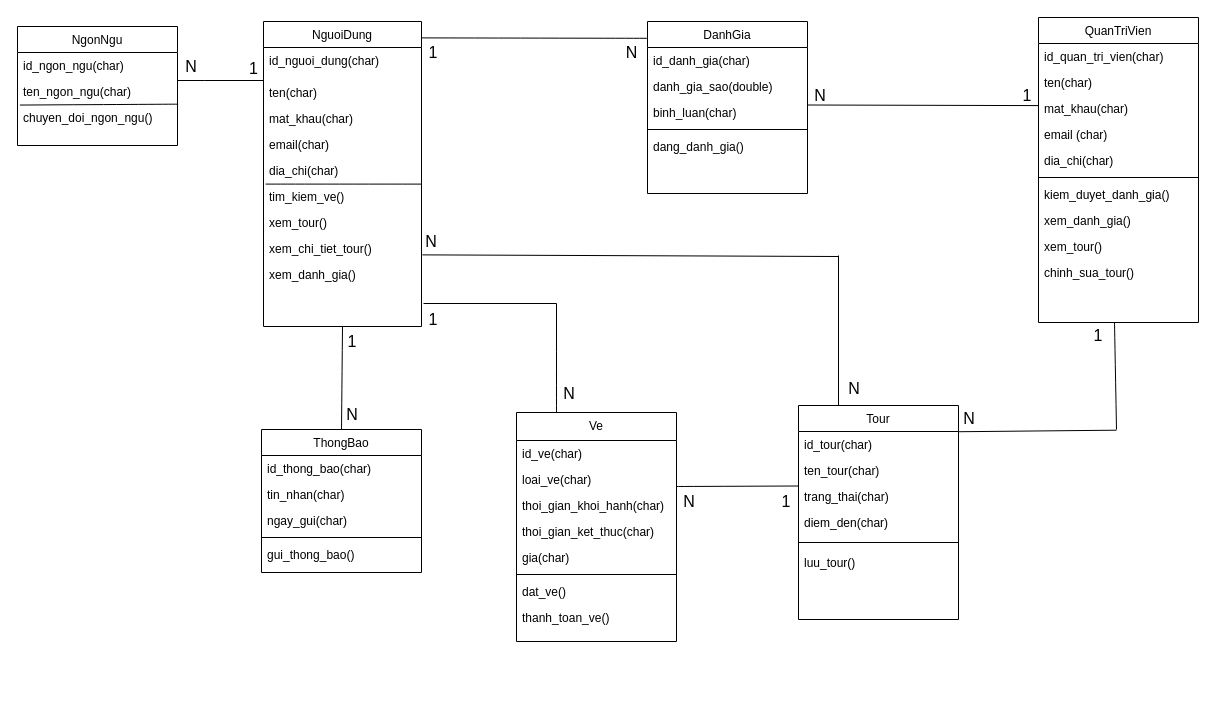
Earlier version of the draw.io diagram Biểu đồ không có tiêu đề.drawio (codecuatai/DuAnLuyenTap). Source tidied: cells renumbered, new cells numbered last; positions are measured from the earlier drawing's top-left corner, leaving out a move shared by most shapes. Both pictures are drawn from the tidied source at 100%, with x=0, y=0 at pixel (17, 17).
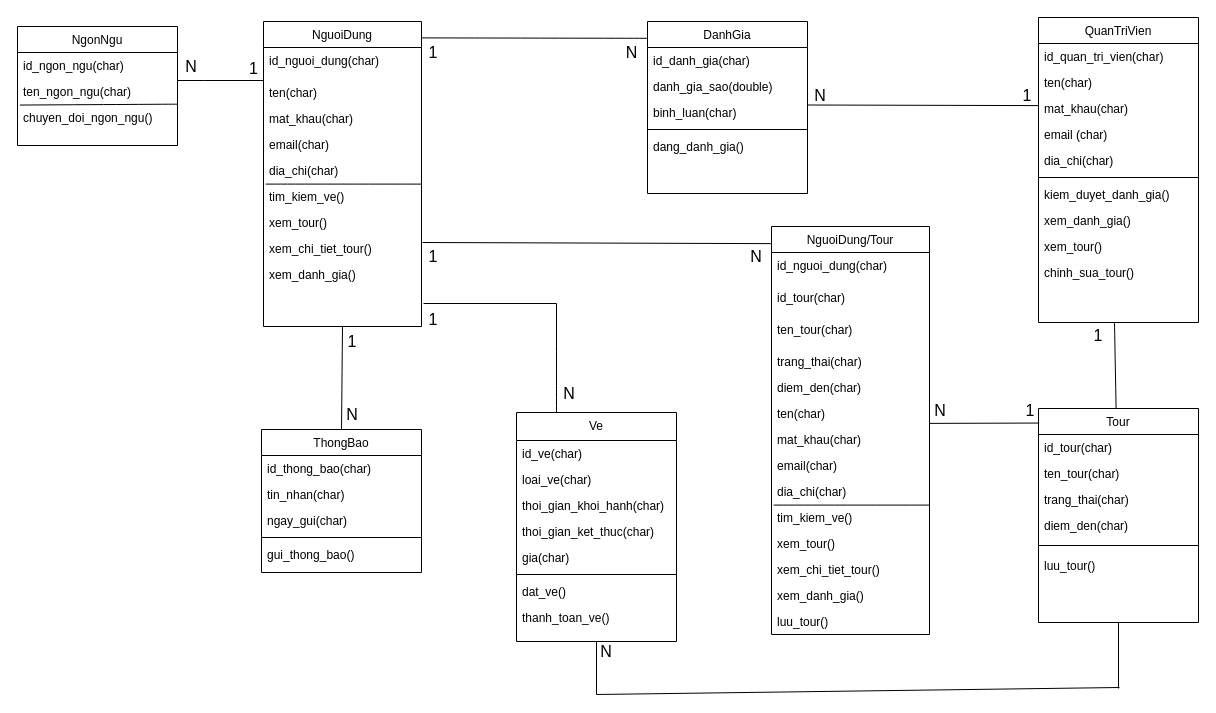
The same diagram, later.

Commit message:
Cập nhật Biểu đồ không có tiêu đề.drawio

Unchanged cells that the change refers to:
```xml
<mxCell id="42" value="Ve" style="swimlane;fontStyle=0;align=center;verticalAlign=top;horizontal=1;startSize=28;rounded=0;shadow=0;strokeWidth=1;" parent="1" vertex="1">
  <mxGeometry x="499" y="395" width="160" height="229" as="geometry" />
</mxCell>
```

The edit, as a diff of the source:
```diff
@@
     <mxCell id="35" value="Tour" style="swimlane;fontStyle=0;align=center;verticalAlign=top;horizontal=1;startSize=26;rounded=0;shadow=0;strokeWidth=1;" parent="1" vertex="1">
-      <mxGeometry x="781" y="388" width="160" height="214" as="geometry" />
+      <mxGeometry x="1021" y="391" width="160" height="214" as="geometry" />
     </mxCell>
@@
-    <mxCell id="59" style="endArrow=none;html=1;rounded=0;fontSize=12;startSize=8;endSize=8;curved=1;entryX=0.75;entryY=1;entryDx=0;entryDy=0;exitX=0.369;exitY=1.016;exitDx=0;exitDy=0;exitPerimeter=0;" parent="1" edge="1">
-      <mxGeometry relative="1" as="geometry">
-        <mxPoint x="659.1" y="469" as="sourcePoint" />
-        <mxPoint x="781" y="468.5" as="targetPoint" />
-      </mxGeometry>
-    </mxCell>
-    <mxCell id="60" value="1" style="text;strokeColor=none;fillColor=none;html=1;align=center;verticalAlign=middle;whiteSpace=wrap;rounded=0;fontSize=16;" parent="1" vertex="1">
-      <mxGeometry x="739" y="468.5" width="60" height="30" as="geometry" />
-    </mxCell>
@@
-    <mxCell id="62" style="endArrow=none;html=1;rounded=0;fontSize=12;startSize=8;endSize=8;curved=1;" parent="1" edge="1">
+    <mxCell id="62" style="endArrow=none;html=1;rounded=0;fontSize=12;startSize=8;endSize=8;curved=1;entryX=0.485;entryY=0;entryDx=0;entryDy=0;entryPerimeter=0;" parent="1" edge="1" target="35">
       <mxGeometry relative="1" as="geometry">
         <mxPoint x="1097" y="305" as="sourcePoint" />
-        <mxPoint x="1099" y="412" as="targetPoint" />
       </mxGeometry>
     </mxCell>
-    <mxCell id="63" value="N" style="text;strokeColor=none;fillColor=none;html=1;align=center;verticalAlign=middle;whiteSpace=wrap;rounded=0;fontSize=16;" parent="1" vertex="1">
-      <mxGeometry x="642" y="468.5" width="60" height="30" as="geometry" />
-    </mxCell>
@@
-    <mxCell id="72" style="endArrow=none;html=1;rounded=0;exitX=0.25;exitY=0;exitDx=0;exitDy=0;" parent="1" edge="1" source="35">
-      <mxGeometry relative="1" as="geometry">
-        <mxPoint x="821" y="238" as="targetPoint" />
-      </mxGeometry>
-    </mxCell>
-    <mxCell id="73" style="endArrow=none;html=1;rounded=0;exitX=0.348;exitY=0.946;exitDx=0;exitDy=0;exitPerimeter=0;" parent="1" edge="1" source="83">
-      <mxGeometry relative="1" as="geometry">
-        <mxPoint x="820.8" y="239" as="targetPoint" />
-      </mxGeometry>
-    </mxCell>
-    <mxCell id="74" style="endArrow=none;html=1;rounded=0;exitX=0.323;exitY=0.941;exitDx=0;exitDy=0;exitPerimeter=0;" parent="1" edge="1" source="80">
-      <mxGeometry relative="1" as="geometry">
-        <mxPoint x="1099" y="412.7" as="targetPoint" />
-      </mxGeometry>
-    </mxCell>
@@
     <mxCell id="79" value="N" style="text;strokeColor=none;fillColor=none;html=1;align=center;verticalAlign=middle;whiteSpace=wrap;rounded=0;fontSize=16;" parent="1" vertex="1">
-      <mxGeometry x="807" y="356" width="60" height="30" as="geometry" />
+      <mxGeometry x="893" y="378" width="60" height="30" as="geometry" />
     </mxCell>
-    <mxCell id="80" value="N" style="text;strokeColor=none;fillColor=none;html=1;align=center;verticalAlign=middle;whiteSpace=wrap;rounded=0;fontSize=16;" parent="1" vertex="1">
-      <mxGeometry x="922" y="386" width="60" height="30" as="geometry" />
-    </mxCell>
@@
-    <mxCell id="83" value="N" style="text;strokeColor=none;fillColor=none;html=1;align=center;verticalAlign=middle;whiteSpace=wrap;rounded=0;fontSize=16;" parent="1" vertex="1">
-      <mxGeometry x="384" y="209" width="60" height="30" as="geometry" />
-    </mxCell>
+    <mxCell id="84" value="NguoiDung/Tour" style="swimlane;fontStyle=0;align=center;verticalAlign=top;horizontal=1;startSize=26;rounded=0;shadow=0;strokeWidth=1;" parent="1" vertex="1">
+      <mxGeometry x="754" y="209" width="158" height="408" as="geometry" />
+    </mxCell>
+    <mxCell id="85" value="id_nguoi_dung(char)" style="text;align=left;verticalAlign=top;spacingLeft=4;spacingRight=4;overflow=hidden;" parent="84" vertex="1">
+      <mxGeometry y="26" width="158" height="32" as="geometry" />
+    </mxCell>
+    <mxCell id="86" value="id_tour(char)" style="text;align=left;verticalAlign=top;spacingLeft=4;spacingRight=4;overflow=hidden;" parent="84" vertex="1">
+      <mxGeometry y="58" width="158" height="32" as="geometry" />
+    </mxCell>
+    <mxCell id="87" value="ten_tour(char)" style="text;align=left;verticalAlign=top;spacingLeft=4;spacingRight=4;overflow=hidden;" parent="84" vertex="1">
+      <mxGeometry y="90" width="158" height="32" as="geometry" />
+    </mxCell>
+    <mxCell id="88" value="trang_thai(char)" style="text;align=left;verticalAlign=top;spacingLeft=4;spacingRight=4;overflow=hidden;" parent="84" vertex="1">
+      <mxGeometry y="122" width="158" height="26" as="geometry" />
+    </mxCell>
+    <mxCell id="89" value="diem_den(char)" style="text;align=left;verticalAlign=top;spacingLeft=4;spacingRight=4;overflow=hidden;" parent="84" vertex="1">
+      <mxGeometry y="148" width="158" height="26" as="geometry" />
+    </mxCell>
+    <mxCell id="90" value="ten(char)" style="text;align=left;verticalAlign=top;spacingLeft=4;spacingRight=4;overflow=hidden;points=[[0,0.5],[1,0.5]];portConstraint=eastwest;rounded=0;shadow=0;html=0;" parent="84" vertex="1">
+      <mxGeometry y="174" width="158" height="26" as="geometry" />
+    </mxCell>
+    <mxCell id="91" value="mat_khau(char)" style="text;align=left;verticalAlign=top;spacingLeft=4;spacingRight=4;overflow=hidden;rounded=0;shadow=0;html=0;" parent="84" vertex="1">
+      <mxGeometry y="200" width="158" height="26" as="geometry" />
+    </mxCell>
+    <mxCell id="92" value="email(char)" style="text;align=left;verticalAlign=top;spacingLeft=4;spacingRight=4;overflow=hidden;rounded=0;shadow=0;html=0;" parent="84" vertex="1">
+      <mxGeometry y="226" width="158" height="26" as="geometry" />
+    </mxCell>
+    <mxCell id="93" value="dia_chi(char)" style="text;align=left;verticalAlign=top;spacingLeft=4;spacingRight=4;overflow=hidden;points=[[0,0.5],[1,0.5]];portConstraint=eastwest;rounded=0;shadow=0;html=0;" parent="84" vertex="1">
+      <mxGeometry y="252" width="158" height="26" as="geometry" />
+    </mxCell>
+    <mxCell id="94" style="endArrow=none;html=1;rounded=0;fontSize=12;startSize=8;endSize=8;curved=1;entryX=1;entryY=1.023;entryDx=0;entryDy=0;entryPerimeter=0;exitX=0.013;exitY=1.023;exitDx=0;exitDy=0;exitPerimeter=0;" parent="84" edge="1" source="93" target="93">
+      <mxGeometry relative="1" as="geometry" />
+    </mxCell>
+    <mxCell id="95" value="tim_kiem_ve()" style="text;align=left;verticalAlign=top;spacingLeft=4;spacingRight=4;overflow=hidden;rounded=0;shadow=0;html=0;" parent="84" vertex="1">
+      <mxGeometry y="278" width="158" height="26" as="geometry" />
+    </mxCell>
+    <mxCell id="96" value="xem_tour()" style="text;align=left;verticalAlign=top;spacingLeft=4;spacingRight=4;overflow=hidden;rounded=0;shadow=0;html=0;" parent="84" vertex="1">
+      <mxGeometry y="304" width="158" height="26" as="geometry" />
+    </mxCell>
+    <mxCell id="97" value="xem_chi_tiet_tour()" style="text;align=left;verticalAlign=top;spacingLeft=4;spacingRight=4;overflow=hidden;rounded=0;shadow=0;html=0;" parent="84" vertex="1">
+      <mxGeometry y="330" width="158" height="26" as="geometry" />
+    </mxCell>
+    <mxCell id="98" value="xem_danh_gia()" style="text;align=left;verticalAlign=top;spacingLeft=4;spacingRight=4;overflow=hidden;rounded=0;shadow=0;html=0;" parent="84" vertex="1">
+      <mxGeometry y="356" width="158" height="26" as="geometry" />
+    </mxCell>
+    <mxCell id="99" value="luu_tour()" style="text;align=left;verticalAlign=top;spacingLeft=4;spacingRight=4;overflow=hidden;rounded=0;shadow=0;html=0;" parent="84" vertex="1">
+      <mxGeometry y="382" width="158" height="26" as="geometry" />
+    </mxCell>
+    <mxCell id="100" style="endArrow=none;html=1;rounded=0;exitX=-0.004;exitY=0.042;exitDx=0;exitDy=0;exitPerimeter=0;" parent="1" edge="1" source="84">
+      <mxGeometry relative="1" as="geometry">
+        <mxPoint x="405" y="225" as="targetPoint" />
+      </mxGeometry>
+    </mxCell>
+    <mxCell id="101" style="endArrow=none;html=1;rounded=0;entryX=0.004;entryY=0.068;entryDx=0;entryDy=0;entryPerimeter=0;exitX=1.002;exitY=0.88;exitDx=0;exitDy=0;exitPerimeter=0;" parent="1" edge="1" source="90" target="35">
+      <mxGeometry relative="1" as="geometry" />
+    </mxCell>
+    <mxCell id="102" value="N" style="text;strokeColor=none;fillColor=none;html=1;align=center;verticalAlign=middle;whiteSpace=wrap;rounded=0;fontSize=16;" parent="1" vertex="1">
+      <mxGeometry x="709" y="224" width="60" height="30" as="geometry" />
+    </mxCell>
+    <mxCell id="103" value="N" style="text;strokeColor=none;fillColor=none;html=1;align=center;verticalAlign=middle;whiteSpace=wrap;rounded=0;fontSize=16;" parent="1" vertex="1">
+      <mxGeometry x="559" y="619" width="60" height="30" as="geometry" />
+    </mxCell>
+    <mxCell id="104" value="1" style="text;strokeColor=none;fillColor=none;html=1;align=center;verticalAlign=middle;whiteSpace=wrap;rounded=0;fontSize=16;" parent="1" vertex="1">
+      <mxGeometry x="386" y="224" width="60" height="30" as="geometry" />
+    </mxCell>
+    <mxCell id="105" value="1" style="text;strokeColor=none;fillColor=none;html=1;align=center;verticalAlign=middle;whiteSpace=wrap;rounded=0;fontSize=16;" parent="1" vertex="1">
+      <mxGeometry x="983" y="378" width="60" height="30" as="geometry" />
+    </mxCell>
+    <mxCell id="106" style="endArrow=none;html=1;rounded=0;entryX=0.5;entryY=1;entryDx=0;entryDy=0;" parent="1" edge="1" target="42">
+      <mxGeometry relative="1" as="geometry">
+        <mxPoint x="579" y="677" as="sourcePoint" />
+      </mxGeometry>
+    </mxCell>
+    <mxCell id="107" style="endArrow=none;html=1;rounded=0;" parent="1" edge="1">
+      <mxGeometry relative="1" as="geometry">
+        <mxPoint x="579" y="677" as="sourcePoint" />
+        <mxPoint x="1102" y="670" as="targetPoint" />
+      </mxGeometry>
+    </mxCell>
+    <mxCell id="108" style="endArrow=none;html=1;rounded=0;entryX=0.5;entryY=1;entryDx=0;entryDy=0;" parent="1" edge="1" target="35">
+      <mxGeometry relative="1" as="geometry">
+        <mxPoint x="1101" y="671" as="sourcePoint" />
+      </mxGeometry>
+    </mxCell>
```
